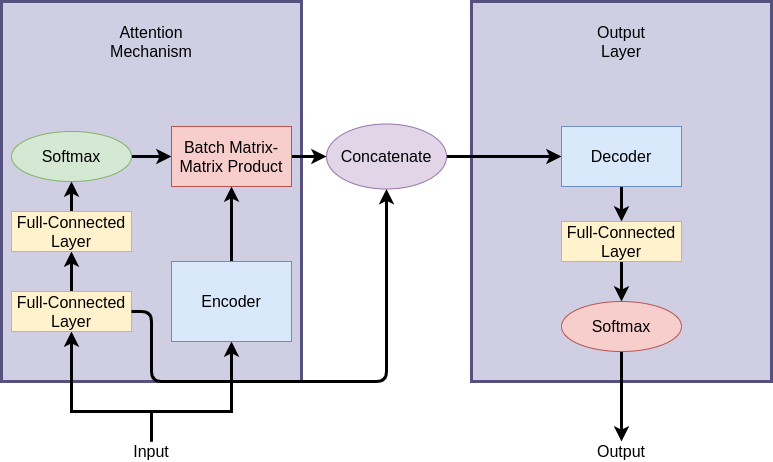
Earlier version of the draw.io export images/lstm_attn_gru.png (andrew-miao/ECE657A_Project-text-classification). Source tidied: cells renumbered, new cells last; positions are measured from the earlier drawing's top-left corner, leaving out a move shared by most shapes. The source it was exported from:
```xml
<mxGraphModel>
  <root>
    <mxCell id="0" />
    <mxCell id="1" parent="0" />
    <mxCell id="2" style="rounded=0;whiteSpace=wrap;html=1;fillColor=#d0cee2;strokeColor=#56517e;strokeWidth=3;" parent="1" vertex="1">
      <mxGeometry x="470" width="300" height="380" as="geometry" />
    </mxCell>
    <mxCell id="3" style="rounded=0;whiteSpace=wrap;html=1;fillColor=#d0cee2;strokeColor=#56517e;strokeWidth=3;" parent="1" vertex="1">
      <mxGeometry width="300" height="380" as="geometry" />
    </mxCell>
    <mxCell id="4" style="edgeStyle=orthogonalEdgeStyle;rounded=0;jettySize=auto;html=1;strokeWidth=3;" parent="1" edge="1" source="6" target="9">
      <mxGeometry relative="1" as="geometry">
        <Array as="points">
          <mxPoint x="150" y="410" />
          <mxPoint x="230" y="410" />
        </Array>
      </mxGeometry>
    </mxCell>
    <mxCell id="5" style="edgeStyle=orthogonalEdgeStyle;rounded=0;jettySize=auto;html=1;strokeWidth=3;" parent="1" edge="1" source="6">
      <mxGeometry relative="1" as="geometry">
        <mxPoint x="70" y="330" as="targetPoint" />
        <Array as="points">
          <mxPoint x="150" y="410" />
          <mxPoint x="70" y="410" />
        </Array>
      </mxGeometry>
    </mxCell>
    <mxCell id="6" value="&lt;font style=&quot;font-size: 16px&quot;&gt;Input&lt;/font&gt;" style="text;html=1;strokeColor=none;fillColor=none;align=center;verticalAlign=middle;whiteSpace=wrap;rounded=0;" parent="1" vertex="1">
      <mxGeometry x="130" y="440" width="40" height="20" as="geometry" />
    </mxCell>
    <mxCell id="7" value="&lt;font style=&quot;font-size: 16px&quot;&gt;Attention Mechanism&lt;/font&gt;" style="text;html=1;strokeColor=none;fillColor=none;align=center;verticalAlign=middle;whiteSpace=wrap;rounded=0;" parent="1" vertex="1">
      <mxGeometry x="130" y="30" width="40" height="20" as="geometry" />
    </mxCell>
    <mxCell id="8" style="edgeStyle=orthogonalEdgeStyle;rounded=0;jettySize=auto;html=1;strokeWidth=3;" parent="1" edge="1" source="9" target="17">
      <mxGeometry relative="1" as="geometry" />
    </mxCell>
    <mxCell id="9" value="&lt;font style=&quot;font-size: 16px&quot;&gt;Encoder&lt;/font&gt;" style="rounded=0;whiteSpace=wrap;html=1;rotation=0;fillColor=#dae8fc;strokeColor=#6c8ebf;" parent="1" vertex="1">
      <mxGeometry x="170" y="260" width="120" height="80" as="geometry" />
    </mxCell>
    <mxCell id="10" style="edgeStyle=orthogonalEdgeStyle;rounded=0;jettySize=auto;html=1;exitX=0.5;exitY=0;exitDx=0;exitDy=0;entryX=0.5;entryY=1;entryDx=0;entryDy=0;strokeWidth=3;" parent="1" edge="1" source="11" target="13">
      <mxGeometry relative="1" as="geometry" />
    </mxCell>
    <mxCell id="11" value="&lt;font style=&quot;font-size: 16px&quot;&gt;Full-Connected&lt;br&gt;Layer&lt;br&gt;&lt;/font&gt;" style="rounded=0;whiteSpace=wrap;html=1;rotation=0;fillColor=#fff2cc;strokeColor=#d6b656;" parent="1" vertex="1">
      <mxGeometry x="10" y="290" width="120" height="40" as="geometry" />
    </mxCell>
    <mxCell id="12" style="edgeStyle=orthogonalEdgeStyle;rounded=0;jettySize=auto;html=1;strokeWidth=3;" parent="1" edge="1" source="13" target="15">
      <mxGeometry relative="1" as="geometry" />
    </mxCell>
    <mxCell id="13" value="&lt;font style=&quot;font-size: 16px&quot;&gt;Full-Connected&lt;br&gt;Layer&lt;br&gt;&lt;/font&gt;" style="rounded=0;whiteSpace=wrap;html=1;rotation=0;fillColor=#fff2cc;strokeColor=#d6b656;" parent="1" vertex="1">
      <mxGeometry x="10" y="210" width="120" height="40" as="geometry" />
    </mxCell>
    <mxCell id="14" style="edgeStyle=orthogonalEdgeStyle;rounded=0;jettySize=auto;html=1;strokeWidth=3;" parent="1" edge="1" source="15" target="17">
      <mxGeometry relative="1" as="geometry" />
    </mxCell>
    <mxCell id="15" value="&lt;font style=&quot;font-size: 16px&quot;&gt;Softmax&lt;/font&gt;" style="ellipse;whiteSpace=wrap;html=1;fillColor=#d5e8d4;strokeColor=#82b366;" parent="1" vertex="1">
      <mxGeometry x="10" y="130" width="120" height="50" as="geometry" />
    </mxCell>
    <mxCell id="16" style="edgeStyle=orthogonalEdgeStyle;rounded=0;jettySize=auto;html=1;exitX=1;exitY=0.5;exitDx=0;exitDy=0;strokeWidth=3;" parent="1" edge="1" source="17" target="19">
      <mxGeometry relative="1" as="geometry" />
    </mxCell>
    <mxCell id="17" value="&lt;font style=&quot;font-size: 16px&quot;&gt;Batch Matrix-Matrix Product&lt;/font&gt;" style="rounded=0;whiteSpace=wrap;html=1;fillColor=#f8cecc;strokeColor=#b85450;" parent="1" vertex="1">
      <mxGeometry x="170" y="125" width="120" height="60" as="geometry" />
    </mxCell>
    <mxCell id="18" style="edgeStyle=orthogonalEdgeStyle;rounded=0;jettySize=auto;html=1;strokeWidth=3;" parent="1" edge="1" source="19" target="22">
      <mxGeometry relative="1" as="geometry" />
    </mxCell>
    <mxCell id="19" value="&lt;span style=&quot;font-size: 16px&quot;&gt;Concatenate&lt;/span&gt;" style="ellipse;whiteSpace=wrap;html=1;fillColor=#e1d5e7;strokeColor=#9673a6;" parent="1" vertex="1">
      <mxGeometry x="325" y="122.5" width="120" height="65" as="geometry" />
    </mxCell>
    <mxCell id="20" value="&lt;font style=&quot;font-size: 16px&quot;&gt;Output&lt;br&gt;Layer&lt;/font&gt;" style="text;html=1;strokeColor=none;fillColor=none;align=center;verticalAlign=middle;whiteSpace=wrap;rounded=0;" parent="1" vertex="1">
      <mxGeometry x="600" y="30" width="40" height="20" as="geometry" />
    </mxCell>
    <mxCell id="21" style="edgeStyle=orthogonalEdgeStyle;rounded=0;jettySize=auto;html=1;strokeWidth=3;" parent="1" edge="1" source="22" target="24">
      <mxGeometry relative="1" as="geometry" />
    </mxCell>
    <mxCell id="22" value="&lt;font style=&quot;font-size: 16px&quot;&gt;Decoder&lt;/font&gt;" style="rounded=0;whiteSpace=wrap;html=1;fillColor=#dae8fc;strokeColor=#6c8ebf;" parent="1" vertex="1">
      <mxGeometry x="560" y="125" width="120" height="60" as="geometry" />
    </mxCell>
    <mxCell id="23" style="edgeStyle=orthogonalEdgeStyle;rounded=0;jettySize=auto;html=1;strokeWidth=3;" parent="1" edge="1" source="24" target="26">
      <mxGeometry relative="1" as="geometry" />
    </mxCell>
    <mxCell id="24" value="&lt;font style=&quot;font-size: 16px&quot;&gt;Full-Connected&lt;br&gt;Layer&lt;br&gt;&lt;/font&gt;" style="rounded=0;whiteSpace=wrap;html=1;rotation=0;fillColor=#fff2cc;strokeColor=#d6b656;" parent="1" vertex="1">
      <mxGeometry x="560" y="220" width="120" height="40" as="geometry" />
    </mxCell>
    <mxCell id="25" style="edgeStyle=orthogonalEdgeStyle;rounded=0;jettySize=auto;html=1;strokeWidth=3;" parent="1" edge="1" source="26" target="27">
      <mxGeometry relative="1" as="geometry" />
    </mxCell>
    <mxCell id="26" value="&lt;font style=&quot;font-size: 16px&quot;&gt;Softmax&lt;/font&gt;" style="ellipse;whiteSpace=wrap;html=1;fillColor=#f8cecc;strokeColor=#b85450;" parent="1" vertex="1">
      <mxGeometry x="560" y="300" width="120" height="50" as="geometry" />
    </mxCell>
    <mxCell id="27" value="&lt;font style=&quot;font-size: 16px&quot;&gt;Output&lt;/font&gt;" style="text;html=1;strokeColor=none;fillColor=none;align=center;verticalAlign=middle;whiteSpace=wrap;rounded=0;" parent="1" vertex="1">
      <mxGeometry x="600" y="440" width="40" height="20" as="geometry" />
    </mxCell>
    <mxCell id="28" style="endArrow=classic;html=1;exitX=1;exitY=0.5;exitDx=0;exitDy=0;entryX=0.5;entryY=1;entryDx=0;entryDy=0;strokeWidth=3;" parent="1" edge="1" source="11" target="19">
      <mxGeometry relative="1" as="geometry">
        <Array as="points">
          <mxPoint x="150" y="310" />
          <mxPoint x="150" y="380" />
          <mxPoint x="190" y="380" />
          <mxPoint x="290" y="380" />
          <mxPoint x="350" y="380" />
          <mxPoint x="385" y="380" />
        </Array>
      </mxGeometry>
    </mxCell>
  </root>
</mxGraphModel>
```
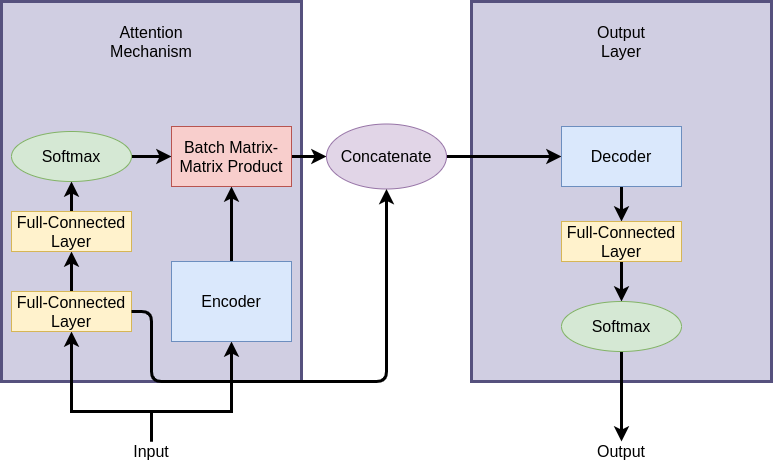
Later version of the same file.

Change to the diagram source:
```diff
@@ -85,7 +85,7 @@
     <mxCell id="25" style="edgeStyle=orthogonalEdgeStyle;rounded=0;jettySize=auto;html=1;strokeWidth=3;" parent="1" edge="1" source="26" target="27">
       <mxGeometry relative="1" as="geometry" />
     </mxCell>
-    <mxCell id="26" value="&lt;font style=&quot;font-size: 16px&quot;&gt;Softmax&lt;/font&gt;" style="ellipse;whiteSpace=wrap;html=1;fillColor=#f8cecc;strokeColor=#b85450;" parent="1" vertex="1">
+    <mxCell id="26" value="&lt;font style=&quot;font-size: 16px&quot;&gt;Softmax&lt;/font&gt;" style="ellipse;whiteSpace=wrap;html=1;fillColor=#d5e8d4;strokeColor=#82b366;" parent="1" vertex="1">
       <mxGeometry x="560" y="300" width="120" height="50" as="geometry" />
     </mxCell>
     <mxCell id="27" value="&lt;font style=&quot;font-size: 16px&quot;&gt;Output&lt;/font&gt;" style="text;html=1;strokeColor=none;fillColor=none;align=center;verticalAlign=middle;whiteSpace=wrap;rounded=0;" parent="1" vertex="1">
```
